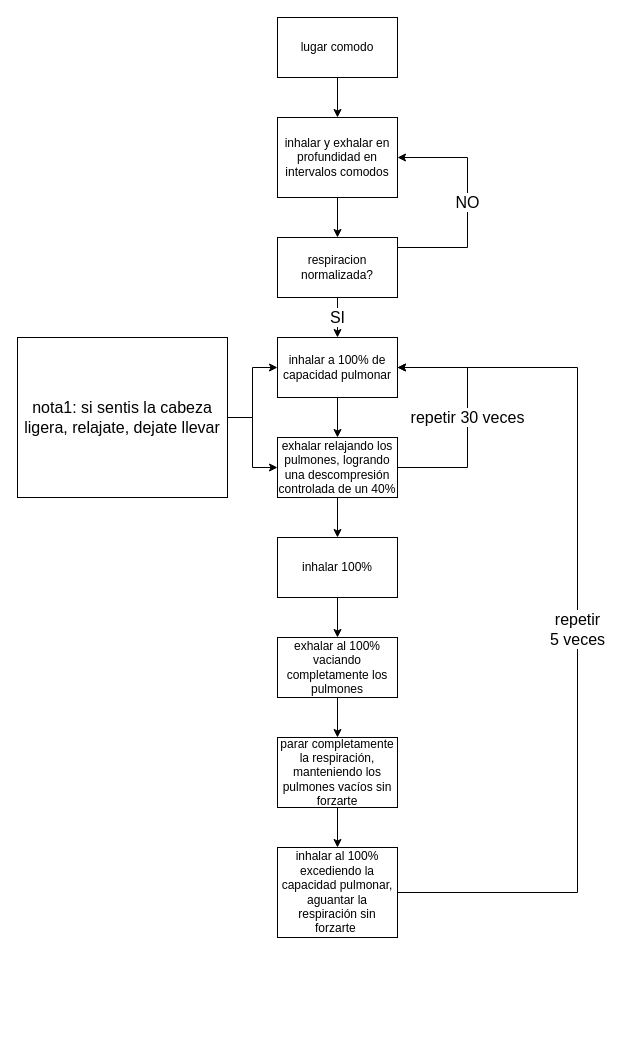
This is design_files/respiraciones poggers.drawio from marsex/workbench, a draw.io file, before an edit. Source tidied: cells renumbered, new cells numbered last; positions are measured from the earlier drawing's top-left corner, leaving out a move shared by most shapes. Both pictures are drawn from the tidied source at 100%, with x=0, y=0 at pixel (17, 17).
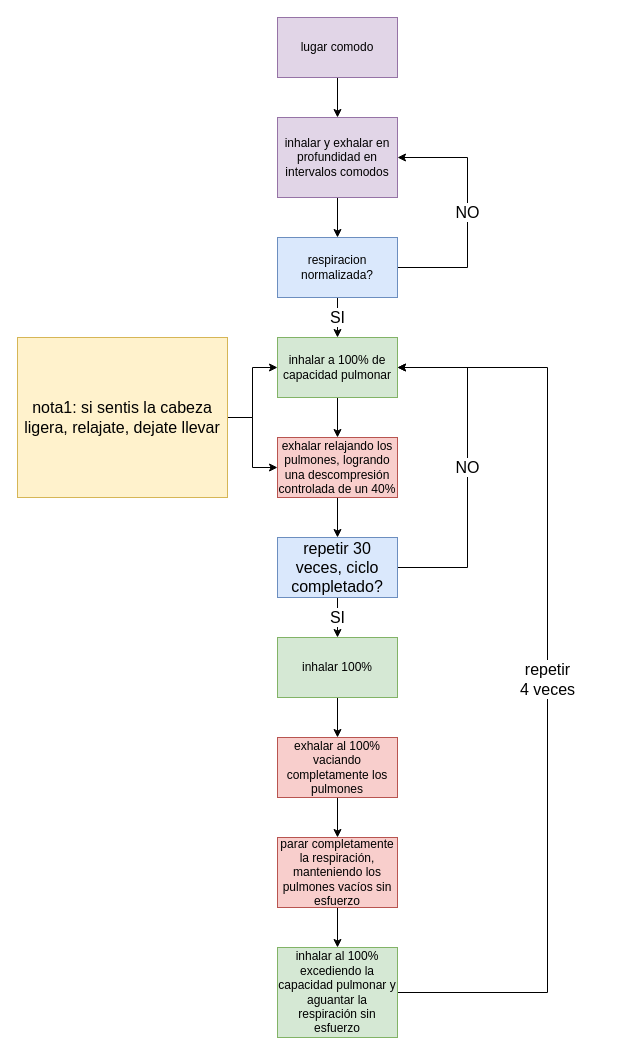
Above is the later version.

What changed in the source:
```diff
@@
-    <mxCell id="3" value="lugar comodo" style="rounded=0;whiteSpace=wrap;html=1;" parent="1" vertex="1">
+    <mxCell id="3" value="lugar comodo" style="rounded=0;whiteSpace=wrap;html=1;fillColor=#e1d5e7;strokeColor=#9673a6;" parent="1" vertex="1">
       <mxGeometry x="260" width="120" height="60" as="geometry" />
     </mxCell>
@@
-    <mxCell id="5" value="inhalar y exhalar en profundidad en intervalos comodos" style="rounded=0;whiteSpace=wrap;html=1;" parent="1" vertex="1">
+    <mxCell id="5" value="inhalar y exhalar en profundidad en intervalos comodos" style="rounded=0;whiteSpace=wrap;html=1;fillColor=#e1d5e7;strokeColor=#9673a6;" parent="1" vertex="1">
       <mxGeometry x="260" y="100" width="120" height="80" as="geometry" />
     </mxCell>
     <mxCell id="6" value="NO" style="edgeStyle=orthogonalEdgeStyle;rounded=0;jettySize=auto;html=1;entryX=1;entryY=0.5;entryDx=0;entryDy=0;fontSize=16;" parent="1" edge="1" source="8" target="5">
       <mxGeometry relative="1" as="geometry">
         <Array as="points">
-          <mxPoint x="450" y="230" />
+          <mxPoint x="450" y="250" />
           <mxPoint x="450" y="140" />
         </Array>
       </mxGeometry>
     </mxCell>
@@
-    <mxCell id="8" value="respiracion normalizada?" style="whiteSpace=wrap;html=1;rounded=0;" parent="1" vertex="1">
+    <mxCell id="8" value="respiracion normalizada?" style="whiteSpace=wrap;html=1;rounded=0;fillColor=#dae8fc;strokeColor=#6c8ebf;" parent="1" vertex="1">
       <mxGeometry x="260" y="220" width="120" height="60" as="geometry" />
     </mxCell>
@@
-    <mxCell id="10" value="inhalar a 100% de capacidad pulmonar" style="whiteSpace=wrap;html=1;rounded=0;" parent="1" vertex="1">
+    <mxCell id="10" value="inhalar a 100% de capacidad pulmonar" style="whiteSpace=wrap;html=1;rounded=0;fillColor=#d5e8d4;strokeColor=#82b366;" parent="1" vertex="1">
       <mxGeometry x="260" y="320" width="120" height="60" as="geometry" />
     </mxCell>
-    <mxCell id="11" value="repetir 30 veces" style="edgeStyle=orthogonalEdgeStyle;rounded=0;jettySize=auto;html=1;entryX=1;entryY=0.5;entryDx=0;entryDy=0;fontSize=16;" parent="1" edge="1" source="13" target="10">
-      <mxGeometry relative="1" as="geometry">
-        <Array as="points">
-          <mxPoint x="450" y="450" />
-          <mxPoint x="450" y="350" />
-        </Array>
-      </mxGeometry>
-    </mxCell>
-    <mxCell id="12" style="edgeStyle=orthogonalEdgeStyle;rounded=0;jettySize=auto;html=1;fontSize=16;" parent="1" edge="1" source="13" target="18">
-      <mxGeometry relative="1" as="geometry" />
-    </mxCell>
+    <mxCell id="25" style="edgeStyle=orthogonalEdgeStyle;rounded=0;jettySize=auto;html=1;fontSize=16;" parent="1" edge="1" source="13" target="28">
+      <mxGeometry relative="1" as="geometry" />
+    </mxCell>
-    <mxCell id="13" value="exhalar relajando los pulmones, logrando una descompresión controlada de un 40%" style="whiteSpace=wrap;html=1;rounded=0;" parent="1" vertex="1">
+    <mxCell id="13" value="exhalar relajando los pulmones, logrando una descompresión controlada de un 40%" style="whiteSpace=wrap;html=1;rounded=0;fillColor=#f8cecc;strokeColor=#b85450;" parent="1" vertex="1">
       <mxGeometry x="260" y="420" width="120" height="60" as="geometry" />
     </mxCell>
@@
-    <mxCell id="16" value="nota1: si sentis la cabeza ligera, relajate, dejate llevar" style="rounded=0;whiteSpace=wrap;html=1;fontSize=16;" parent="1" vertex="1">
+    <mxCell id="16" value="nota1: si sentis la cabeza ligera, relajate, dejate llevar" style="rounded=0;whiteSpace=wrap;html=1;fontSize=16;fillColor=#fff2cc;strokeColor=#d6b656;" parent="1" vertex="1">
       <mxGeometry y="320" width="210" height="160" as="geometry" />
     </mxCell>
@@
-    <mxCell id="18" value="inhalar 100%" style="whiteSpace=wrap;html=1;rounded=0;" parent="1" vertex="1">
-      <mxGeometry x="260" y="520" width="120" height="60" as="geometry" />
+    <mxCell id="18" value="inhalar 100%" style="whiteSpace=wrap;html=1;rounded=0;fillColor=#d5e8d4;strokeColor=#82b366;" parent="1" vertex="1">
+      <mxGeometry x="260" y="620" width="120" height="60" as="geometry" />
     </mxCell>
@@
-    <mxCell id="20" value="exhalar al 100% vaciando completamente los pulmones" style="whiteSpace=wrap;html=1;rounded=0;" parent="1" vertex="1">
-      <mxGeometry x="260" y="620" width="120" height="60" as="geometry" />
+    <mxCell id="20" value="exhalar al 100% vaciando completamente los pulmones" style="whiteSpace=wrap;html=1;rounded=0;fillColor=#f8cecc;strokeColor=#b85450;" parent="1" vertex="1">
+      <mxGeometry x="260" y="720" width="120" height="60" as="geometry" />
     </mxCell>
@@
-    <mxCell id="22" value="parar completamente la respiración, manteniendo los pulmones vacíos sin forzarte" style="whiteSpace=wrap;html=1;rounded=0;" parent="1" vertex="1">
-      <mxGeometry x="260" y="720" width="120" height="70" as="geometry" />
+    <mxCell id="22" value="parar completamente la respiración, manteniendo los pulmones vacíos sin esfuerzo" style="whiteSpace=wrap;html=1;rounded=0;fillColor=#f8cecc;strokeColor=#b85450;" parent="1" vertex="1">
+      <mxGeometry x="260" y="820" width="120" height="70" as="geometry" />
     </mxCell>
-    <mxCell id="23" value="repetir&lt;br&gt;5 veces" style="edgeStyle=orthogonalEdgeStyle;rounded=0;jettySize=auto;html=1;fontSize=16;entryX=1;entryY=0.5;entryDx=0;entryDy=0;" parent="1" edge="1" source="24" target="10">
+    <mxCell id="23" value="repetir&lt;br&gt;4 veces" style="edgeStyle=orthogonalEdgeStyle;rounded=0;jettySize=auto;html=1;fontSize=16;entryX=1;entryY=0.5;entryDx=0;entryDy=0;" parent="1" edge="1" source="24" target="10">
       <mxGeometry relative="1" as="geometry">
         <Array as="points">
-          <mxPoint x="560" y="875" />
-          <mxPoint x="560" y="350" />
+          <mxPoint x="530" y="975" />
+          <mxPoint x="530" y="350" />
         </Array>
       </mxGeometry>
     </mxCell>
-    <mxCell id="24" value="inhalar al 100% excediendo la capacidad pulmonar, aguantar la respiración sin forzarte&amp;nbsp;" style="whiteSpace=wrap;html=1;rounded=0;" parent="1" vertex="1">
-      <mxGeometry x="260" y="830" width="120" height="90" as="geometry" />
+    <mxCell id="24" value="inhalar al 100% excediendo la capacidad pulmonar y aguantar la respiración sin esfuerzo" style="whiteSpace=wrap;html=1;rounded=0;fillColor=#d5e8d4;strokeColor=#82b366;" parent="1" vertex="1">
+      <mxGeometry x="260" y="930" width="120" height="90" as="geometry" />
     </mxCell>
+    <mxCell id="26" value="NO" style="edgeStyle=orthogonalEdgeStyle;rounded=0;jettySize=auto;html=1;entryX=1;entryY=0.5;entryDx=0;entryDy=0;fontSize=16;" parent="1" edge="1" source="28" target="10">
+      <mxGeometry relative="1" as="geometry">
+        <Array as="points">
+          <mxPoint x="450" y="550" />
+          <mxPoint x="450" y="350" />
+        </Array>
+      </mxGeometry>
+    </mxCell>
+    <mxCell id="27" value="SI" style="edgeStyle=orthogonalEdgeStyle;rounded=0;jettySize=auto;html=1;fontSize=16;" parent="1" edge="1" source="28" target="18">
+      <mxGeometry relative="1" as="geometry" />
+    </mxCell>
+    <mxCell id="28" value="repetir 30 veces, ciclo completado?" style="rounded=0;whiteSpace=wrap;html=1;fontSize=16;fillColor=#dae8fc;strokeColor=#6c8ebf;" parent="1" vertex="1">
+      <mxGeometry x="260" y="520" width="120" height="60" as="geometry" />
+    </mxCell>
```
